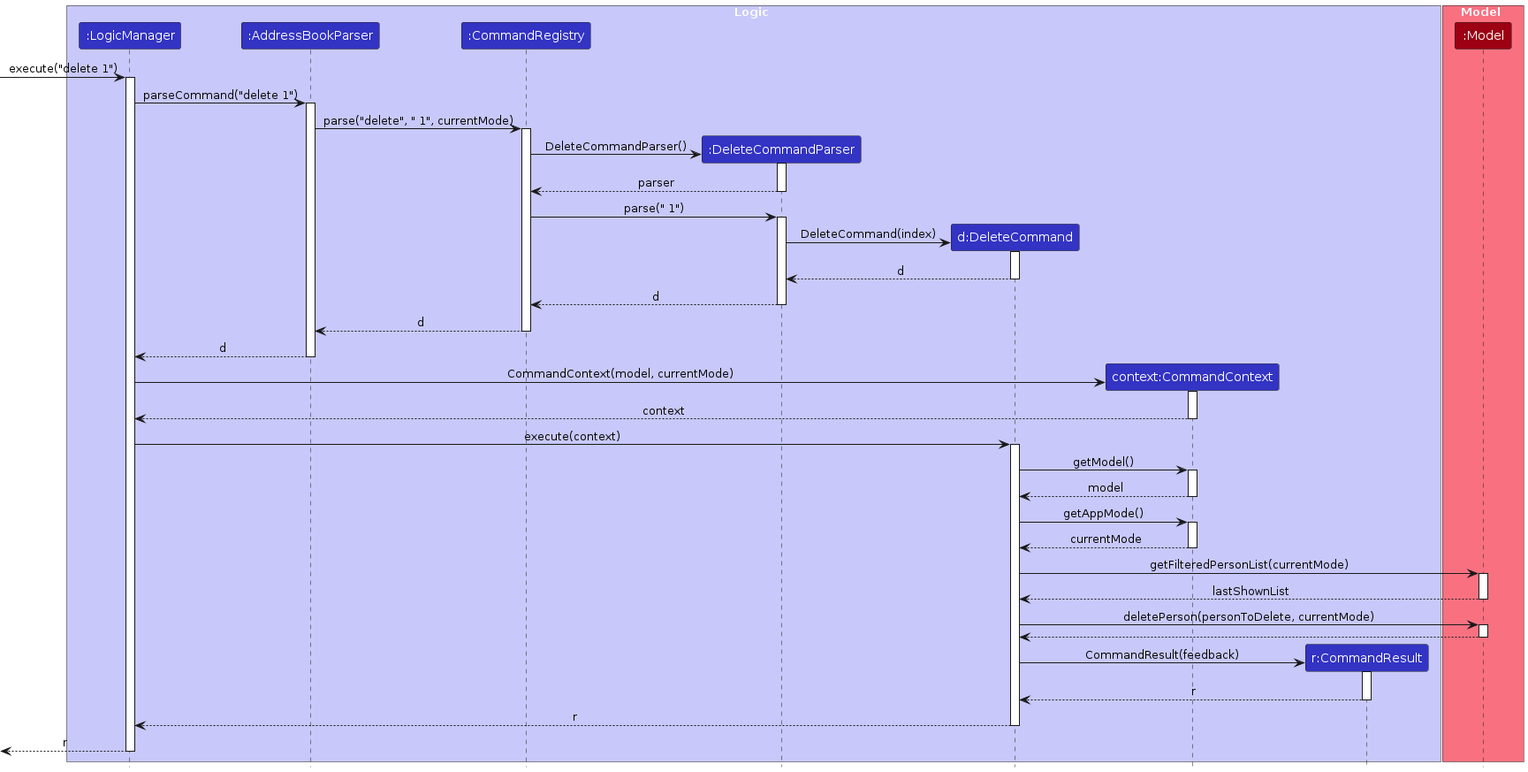
This is diagrams/DeleteSequenceDiagram.png from AY2526S2-CS2103T-T15-2/tp, a PlantUML export, as it was before one commit. Its source is kept beside it as diagrams/DeleteSequenceDiagram.puml.
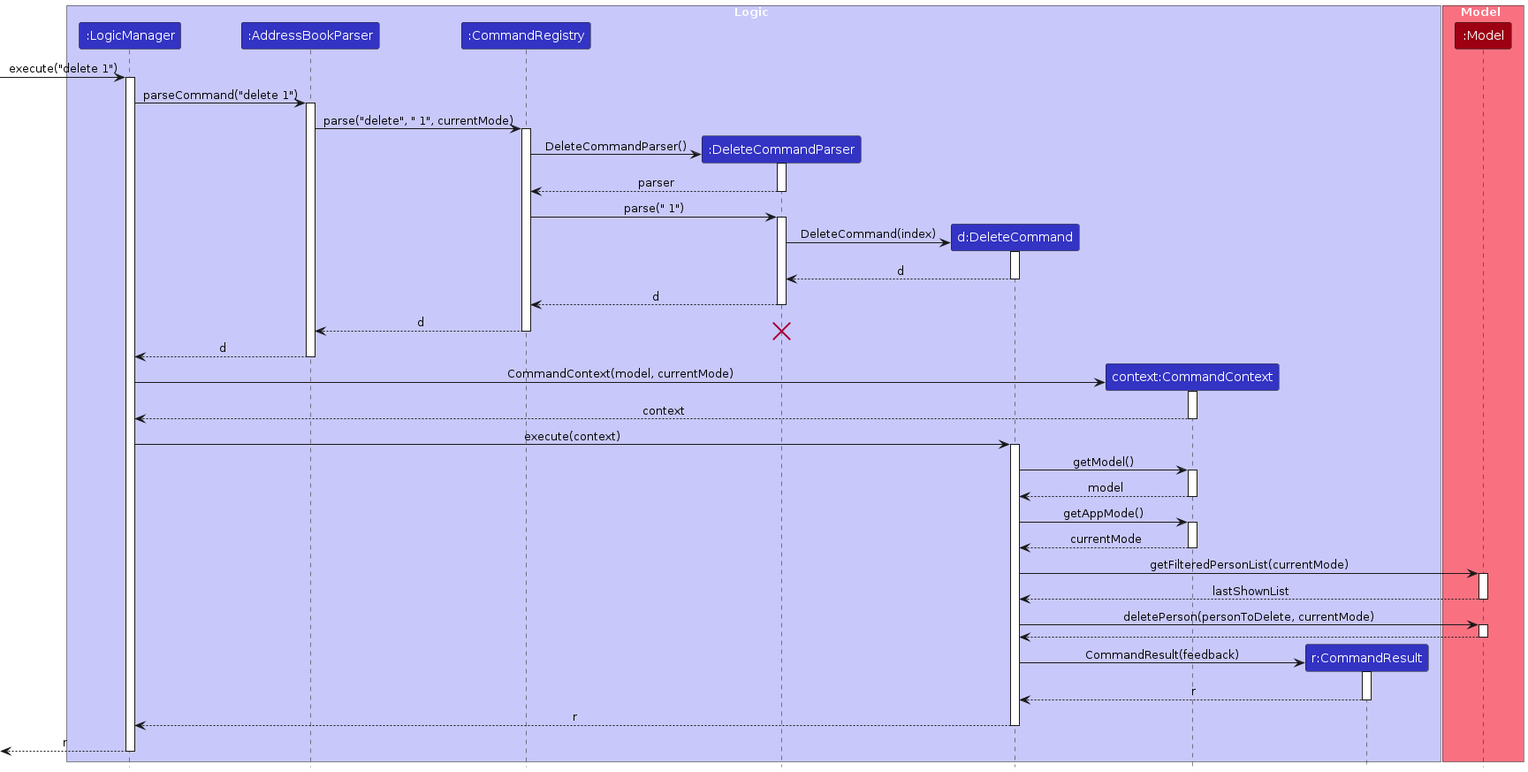
Above is the later version.

Diff of the diagram source:
```diff
@@ -45,6 +45,7 @@
 
 CommandRegistry --> AddressBookParser : d
 deactivate CommandRegistry
+destroy DeleteCommandParser
 
 AddressBookParser --> LogicManager : d
 deactivate AddressBookParser
```
